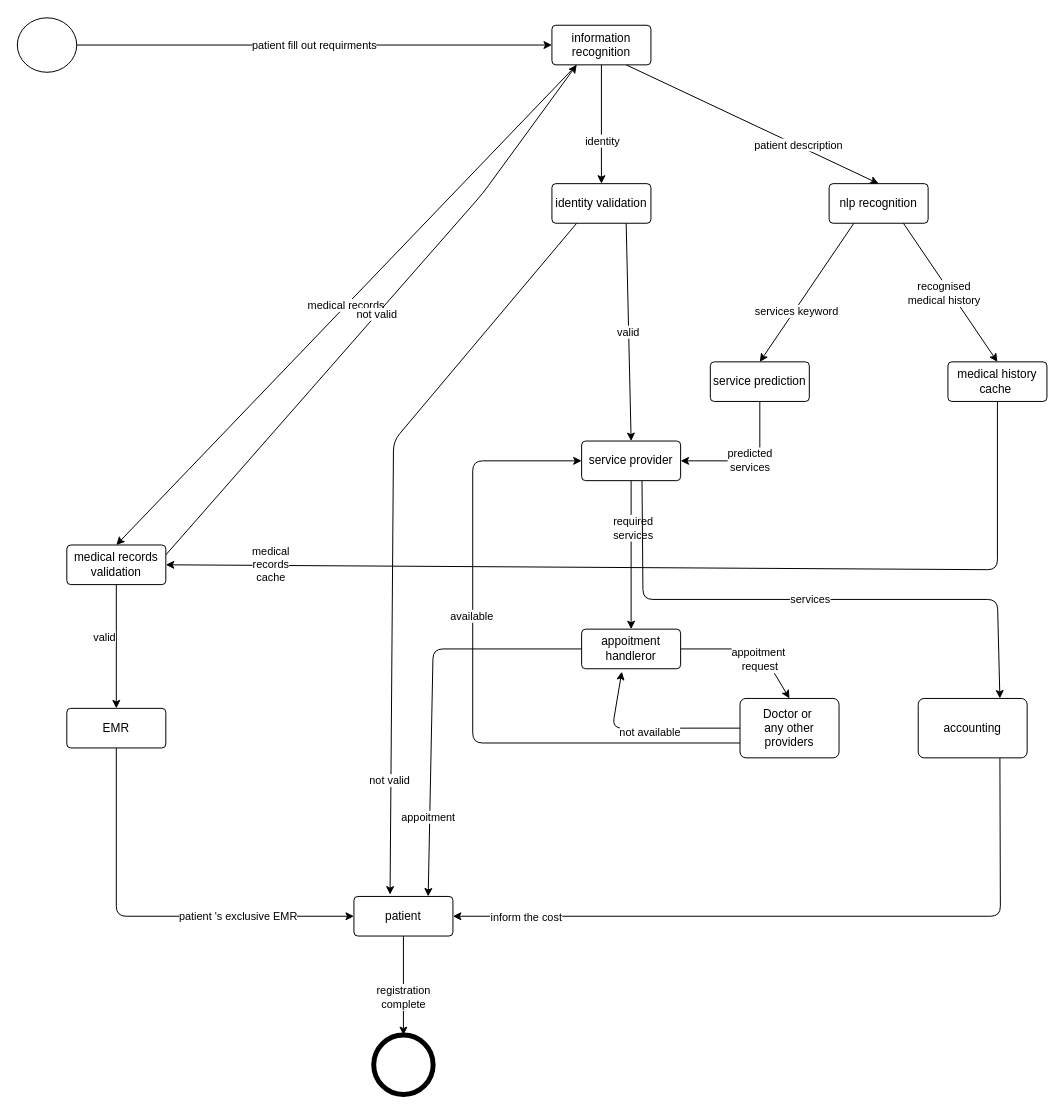
srssina/Healthcare_Database_system keeps this draw.io diagram as SD.drawio. Above is the earlier version. Source tidied: cells renumbered, new cells numbered last; positions are measured from the earlier drawing's top-left corner, leaving out a move shared by most shapes. Both pictures are drawn from the tidied source at 99%, with x=0, y=0 at pixel (17, 17).
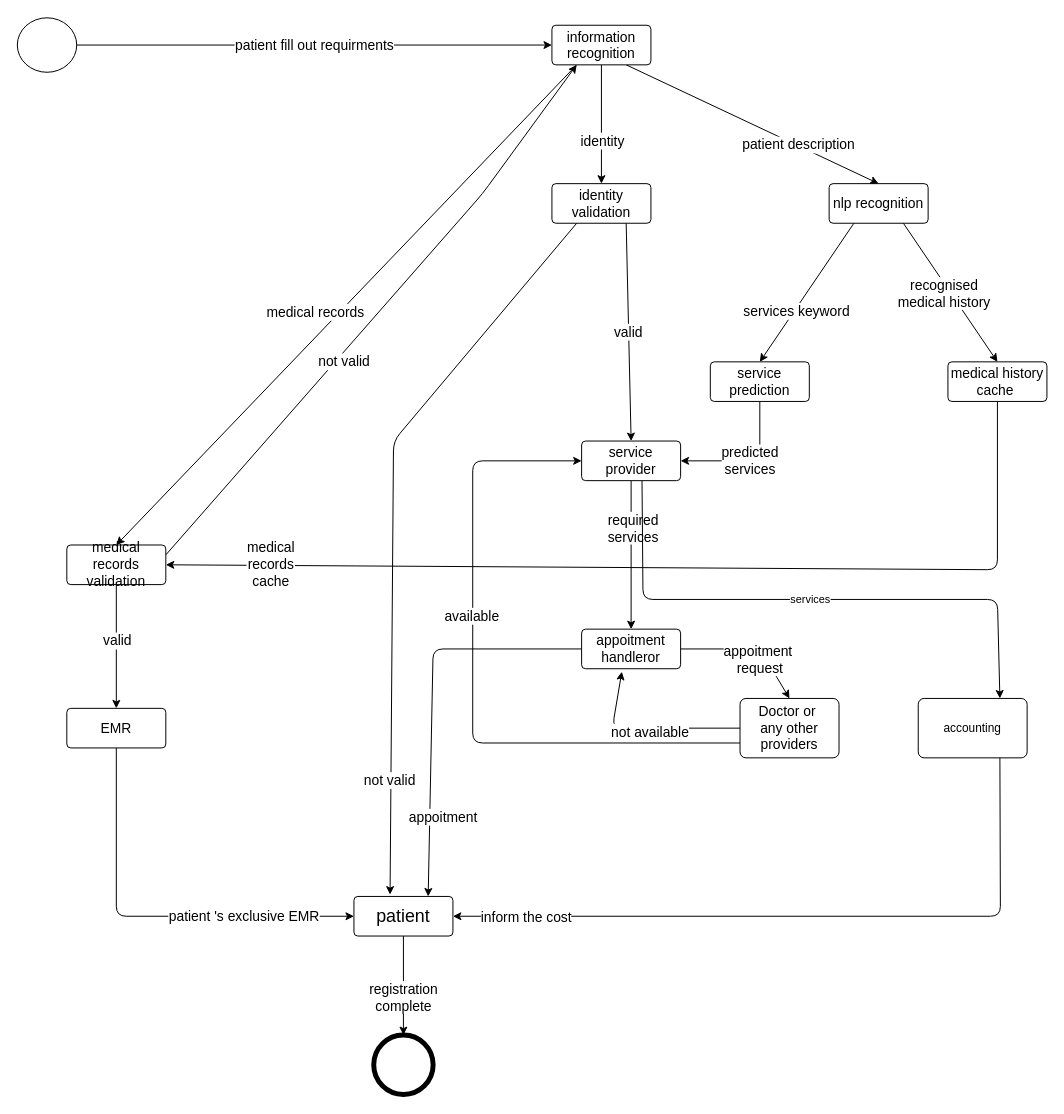
The same diagram, later.

The change refers to these unchanged cells:
```xml
<mxCell id="3" style="shape=ellipse;html=1;dashed=0;whitespace=wrap;perimeter=ellipsePerimeter;" parent="1" vertex="1">
  <mxGeometry y="0.5" width="60" height="55" as="geometry" />
</mxCell>
<mxCell id="5" style="edgeStyle=none;html=1;exitX=0.5;exitY=1;exitDx=0;exitDy=0;" parent="1" edge="1" source="8" target="17">
  <mxGeometry relative="1" as="geometry" />
</mxCell>
<mxCell id="9" style="edgeStyle=none;html=1;exitX=0.25;exitY=1;exitDx=0;exitDy=0;entryX=0.5;entryY=0;entryDx=0;entryDy=0;" parent="1" edge="1" source="13" target="30">
  <mxGeometry relative="1" as="geometry" />
</mxCell>
<mxCell id="11" style="edgeStyle=none;html=1;exitX=0.75;exitY=1;exitDx=0;exitDy=0;entryX=0.5;entryY=0;entryDx=0;entryDy=0;" parent="1" edge="1" source="13" target="33">
  <mxGeometry relative="1" as="geometry" />
</mxCell>
<mxCell id="15" style="edgeStyle=none;html=1;exitX=0.25;exitY=1;exitDx=0;exitDy=0;entryX=0.365;entryY=-0.048;entryDx=0;entryDy=0;entryPerimeter=0;" parent="1" edge="1" source="17" target="45">
  <mxGeometry relative="1" as="geometry">
    <Array as="points">
      <mxPoint x="380" y="428" />
    </Array>
  </mxGeometry>
</mxCell>
<mxCell id="18" style="edgeStyle=none;html=1;exitX=0.5;exitY=1;exitDx=0;exitDy=0;entryX=0.5;entryY=0;entryDx=0;entryDy=0;" parent="1" edge="1" source="21" target="23">
  <mxGeometry relative="1" as="geometry" />
</mxCell>
<mxCell id="25" style="edgeStyle=none;html=1;exitX=0.5;exitY=1;exitDx=0;exitDy=0;entryX=0.5;entryY=0;entryDx=0;entryDy=0;" parent="1" edge="1" source="28" target="37">
  <mxGeometry relative="1" as="geometry" />
</mxCell>
<mxCell id="31" style="edgeStyle=none;html=1;exitX=0.5;exitY=1;exitDx=0;exitDy=0;entryX=1;entryY=0.5;entryDx=0;entryDy=0;" parent="1" edge="1" source="33" target="21">
  <mxGeometry relative="1" as="geometry">
    <Array as="points">
      <mxPoint x="990" y="558" />
    </Array>
  </mxGeometry>
</mxCell>
<mxCell id="34" style="edgeStyle=none;html=1;exitX=1;exitY=0.5;exitDx=0;exitDy=0;entryX=0.5;entryY=0;entryDx=0;entryDy=0;" parent="1" edge="1" source="37" target="42">
  <mxGeometry relative="1" as="geometry">
    <Array as="points">
      <mxPoint x="750" y="638" />
    </Array>
  </mxGeometry>
</mxCell>
<mxCell id="38" style="edgeStyle=none;html=1;exitX=0;exitY=0.5;exitDx=0;exitDy=0;entryX=0.406;entryY=1.074;entryDx=0;entryDy=0;entryPerimeter=0;" parent="1" edge="1" source="42" target="37">
  <mxGeometry relative="1" as="geometry">
    <Array as="points">
      <mxPoint x="601" y="718" />
    </Array>
  </mxGeometry>
</mxCell>
<mxCell id="40" style="edgeStyle=none;html=1;exitX=0;exitY=0.75;exitDx=0;exitDy=0;entryX=0;entryY=0.5;entryDx=0;entryDy=0;" parent="1" edge="1" source="42" target="28">
  <mxGeometry relative="1" as="geometry">
    <Array as="points">
      <mxPoint x="460" y="733" />
      <mxPoint x="460" y="448" />
    </Array>
  </mxGeometry>
</mxCell>
<mxCell id="43" style="edgeStyle=none;html=1;exitX=0.5;exitY=1;exitDx=0;exitDy=0;entryX=0.5;entryY=0;entryDx=0;entryDy=0;" parent="1" edge="1" source="45" target="24">
  <mxGeometry relative="1" as="geometry" />
</mxCell>
<mxCell id="46" style="edgeStyle=none;html=1;exitX=0.75;exitY=1;exitDx=0;exitDy=0;entryX=1;entryY=0.5;entryDx=0;entryDy=0;" parent="1" edge="1" source="48" target="45">
  <mxGeometry relative="1" as="geometry">
    <Array as="points">
      <mxPoint x="993" y="908" />
    </Array>
  </mxGeometry>
</mxCell>
```

The edit, as a diff of the source:
```diff
@@
-    <mxCell id="2" value="patient fill out requirments" style="edgeStyle=none;html=1;exitX=1;exitY=0.5;exitDx=0;exitDy=0;entryX=0;entryY=0.5;entryDx=0;entryDy=0;" parent="1" edge="1" source="3" target="8">
+    <mxCell id="2" value="&lt;font style=&quot;font-size: 14px;&quot;&gt;patient fill out requirments&lt;/font&gt;" style="edgeStyle=none;html=1;exitX=1;exitY=0.5;exitDx=0;exitDy=0;entryX=0;entryY=0.5;entryDx=0;entryDy=0;" parent="1" edge="1" source="3" target="8">
       <mxGeometry relative="1" as="geometry" />
     </mxCell>
@@
-    <mxCell id="4" value="patient description" style="edgeStyle=none;html=1;exitX=0.75;exitY=1;exitDx=0;exitDy=0;entryX=0.5;entryY=0;entryDx=0;entryDy=0;" parent="1" edge="1" source="8" target="13">
+    <mxCell id="4" value="&lt;font style=&quot;font-size: 14px;&quot;&gt;patient description&lt;/font&gt;" style="edgeStyle=none;html=1;exitX=0.75;exitY=1;exitDx=0;exitDy=0;entryX=0.5;entryY=0;entryDx=0;entryDy=0;" parent="1" edge="1" source="8" target="13">
       <mxGeometry x="0.36" y="1" relative="1" as="geometry" />
     </mxCell>
@@
-    <mxCell id="6" value="identity" style="edgeLabel;html=1;align=center;verticalAlign=middle;" parent="5" vertex="1">
+    <mxCell id="6" value="&lt;font style=&quot;font-size: 14px;&quot;&gt;identity&lt;/font&gt;" style="edgeLabel;html=1;align=center;verticalAlign=middle;" parent="5" vertex="1">
       <mxGeometry x="0.26" relative="1" as="geometry" />
     </mxCell>
-    <mxCell id="7" value="medical records" style="edgeStyle=none;html=1;exitX=0.25;exitY=1;exitDx=0;exitDy=0;entryX=0.5;entryY=0;entryDx=0;entryDy=0;" parent="1" edge="1" source="8" target="21">
-      <mxGeometry relative="1" as="geometry" />
+    <mxCell id="7" value="&lt;font style=&quot;font-size: 14px;&quot;&gt;medical records&lt;/font&gt;" style="edgeStyle=none;html=1;exitX=0.25;exitY=1;exitDx=0;exitDy=0;entryX=0.5;entryY=0;entryDx=0;entryDy=0;" parent="1" edge="1" source="8" target="21">
+      <mxGeometry x="0.08" y="-18" relative="1" as="geometry" />
     </mxCell>
-    <mxCell id="8" value="information&lt;br&gt;recognition" style="rounded=1;arcSize=10;whiteSpace=wrap;html=1;align=center;" parent="1" vertex="1">
+    <mxCell id="8" value="&lt;font style=&quot;font-size: 14px;&quot;&gt;information&lt;br&gt;recognition&lt;/font&gt;" style="rounded=1;arcSize=10;whiteSpace=wrap;html=1;align=center;" parent="1" vertex="1">
       <mxGeometry x="540" y="8" width="100" height="40" as="geometry" />
     </mxCell>
@@
-    <mxCell id="10" value="services keyword" style="edgeLabel;html=1;align=center;verticalAlign=middle;" parent="9" vertex="1">
+    <mxCell id="10" value="&lt;font style=&quot;font-size: 14px;&quot;&gt;services keyword&lt;/font&gt;" style="edgeLabel;html=1;align=center;verticalAlign=middle;" parent="9" vertex="1">
       <mxGeometry x="0.25" y="1" relative="1" as="geometry" />
     </mxCell>
@@
-    <mxCell id="12" value="recognised&lt;br&gt;medical history" style="edgeLabel;html=1;align=center;verticalAlign=middle;" parent="11" vertex="1">
+    <mxCell id="12" value="&lt;font style=&quot;font-size: 14px;&quot;&gt;recognised&lt;br&gt;medical history&lt;/font&gt;" style="edgeLabel;html=1;align=center;verticalAlign=middle;" parent="11" vertex="1">
       <mxGeometry x="-0.22" y="1" relative="1" as="geometry">
         <mxPoint x="3" y="16" as="offset" />
       </mxGeometry>
     </mxCell>
-    <mxCell id="13" value="nlp recognition" style="rounded=1;arcSize=10;whiteSpace=wrap;html=1;align=center;" parent="1" vertex="1">
+    <mxCell id="13" value="&lt;font style=&quot;font-size: 14px;&quot;&gt;nlp recognition&lt;/font&gt;" style="rounded=1;arcSize=10;whiteSpace=wrap;html=1;align=center;" parent="1" vertex="1">
       <mxGeometry x="820" y="168" width="100" height="40" as="geometry" />
     </mxCell>
-    <mxCell id="14" value="valid" style="edgeStyle=none;html=1;exitX=0.75;exitY=1;exitDx=0;exitDy=0;entryX=0.5;entryY=0;entryDx=0;entryDy=0;" parent="1" edge="1" source="17" target="28">
+    <mxCell id="14" value="&lt;font style=&quot;font-size: 14px;&quot;&gt;valid&lt;/font&gt;" style="edgeStyle=none;html=1;exitX=0.75;exitY=1;exitDx=0;exitDy=0;entryX=0.5;entryY=0;entryDx=0;entryDy=0;" parent="1" edge="1" source="17" target="28">
       <mxGeometry relative="1" as="geometry" />
     </mxCell>
@@
-    <mxCell id="16" value="not valid" style="edgeLabel;html=1;align=center;verticalAlign=middle;" parent="15" vertex="1">
+    <mxCell id="16" value="&lt;font style=&quot;font-size: 14px;&quot;&gt;not valid&lt;/font&gt;" style="edgeLabel;html=1;align=center;verticalAlign=middle;" parent="15" vertex="1">
       <mxGeometry x="0.69" y="-2" relative="1" as="geometry" />
     </mxCell>
-    <mxCell id="17" value="identity validation" style="rounded=1;arcSize=10;whiteSpace=wrap;html=1;align=center;" parent="1" vertex="1">
+    <mxCell id="17" value="&lt;font style=&quot;font-size: 14px;&quot;&gt;identity validation&lt;/font&gt;" style="rounded=1;arcSize=10;whiteSpace=wrap;html=1;align=center;" parent="1" vertex="1">
       <mxGeometry x="540" y="168" width="100" height="40" as="geometry" />
     </mxCell>
@@
-    <mxCell id="19" value="valid" style="edgeLabel;html=1;align=center;verticalAlign=middle;" parent="18" vertex="1">
+    <mxCell id="19" value="&lt;font style=&quot;font-size: 14px;&quot;&gt;valid&lt;/font&gt;" style="edgeLabel;html=1;align=center;verticalAlign=middle;" parent="18" vertex="1">
       <mxGeometry x="0.37" y="-3" relative="1" as="geometry">
-        <mxPoint x="-10" y="-34" as="offset" />
+        <mxPoint x="3" y="-30" as="offset" />
       </mxGeometry>
     </mxCell>
-    <mxCell id="20" value="not valid" style="edgeStyle=none;html=1;exitX=1;exitY=0.25;exitDx=0;exitDy=0;entryX=0.25;entryY=1;entryDx=0;entryDy=0;" parent="1" edge="1" source="21" target="8">
-      <mxGeometry relative="1" as="geometry">
+    <mxCell id="20" value="&lt;font style=&quot;font-size: 14px;&quot;&gt;not valid&lt;/font&gt;" style="edgeStyle=none;html=1;exitX=1;exitY=0.25;exitDx=0;exitDy=0;entryX=0.25;entryY=1;entryDx=0;entryDy=0;" parent="1" edge="1" source="21" target="8">
+      <mxGeometry x="-0.18" y="-7" relative="1" as="geometry">
         <Array as="points">
           <mxPoint x="470" y="178" />
         </Array>
       </mxGeometry>
     </mxCell>
-    <mxCell id="21" value="medical records&lt;br&gt;validation" style="rounded=1;arcSize=10;whiteSpace=wrap;html=1;align=center;" parent="1" vertex="1">
+    <mxCell id="21" value="&lt;font style=&quot;font-size: 14px;&quot;&gt;medical records&lt;br&gt;validation&lt;/font&gt;" style="rounded=1;arcSize=10;whiteSpace=wrap;html=1;align=center;" parent="1" vertex="1">
       <mxGeometry x="50" y="533" width="100" height="40" as="geometry" />
     </mxCell>
-    <mxCell id="22" value="patient 's exclusive EMR" style="edgeStyle=none;html=1;exitX=0.5;exitY=1;exitDx=0;exitDy=0;entryX=0;entryY=0.5;entryDx=0;entryDy=0;" parent="1" edge="1" source="23" target="45">
-      <mxGeometry x="0.43" relative="1" as="geometry">
+    <mxCell id="22" value="&lt;font style=&quot;font-size: 14px;&quot;&gt;patient 's exclusive EMR&lt;/font&gt;" style="edgeStyle=none;html=1;exitX=0.5;exitY=1;exitDx=0;exitDy=0;entryX=0;entryY=0.5;entryDx=0;entryDy=0;" parent="1" edge="1" source="23" target="45">
+      <mxGeometry x="0.46" relative="1" as="geometry">
         <Array as="points">
           <mxPoint x="100" y="908" />
         </Array>
       </mxGeometry>
     </mxCell>
-    <mxCell id="23" value="EMR" style="rounded=1;arcSize=10;whiteSpace=wrap;html=1;align=center;" parent="1" vertex="1">
+    <mxCell id="23" value="&lt;font style=&quot;font-size: 14px;&quot;&gt;EMR&lt;/font&gt;" style="rounded=1;arcSize=10;whiteSpace=wrap;html=1;align=center;" parent="1" vertex="1">
       <mxGeometry x="50" y="698" width="100" height="40" as="geometry" />
     </mxCell>
@@
-    <mxCell id="26" value="required&lt;br&gt;services" style="edgeLabel;html=1;align=center;verticalAlign=middle;" parent="25" vertex="1">
+    <mxCell id="26" value="&lt;font style=&quot;font-size: 14px;&quot;&gt;required&lt;br&gt;services&lt;/font&gt;" style="edgeLabel;html=1;align=center;verticalAlign=middle;" parent="25" vertex="1">
       <mxGeometry x="-0.37" y="1" relative="1" as="geometry" />
     </mxCell>
@@
-    <mxCell id="28" value="service provider" style="rounded=1;arcSize=10;whiteSpace=wrap;html=1;align=center;" parent="1" vertex="1">
+    <mxCell id="28" value="&lt;font style=&quot;font-size: 14px;&quot;&gt;service provider&lt;/font&gt;" style="rounded=1;arcSize=10;whiteSpace=wrap;html=1;align=center;" parent="1" vertex="1">
       <mxGeometry x="570" y="428" width="100" height="40" as="geometry" />
     </mxCell>
-    <mxCell id="29" value="predicted&lt;br&gt;services" style="edgeStyle=none;html=1;exitX=0.5;exitY=1;exitDx=0;exitDy=0;entryX=1;entryY=0.5;entryDx=0;entryDy=0;" parent="1" edge="1" source="30" target="28">
+    <mxCell id="29" value="&lt;font style=&quot;font-size: 14px;&quot;&gt;predicted&lt;br&gt;services&lt;/font&gt;" style="edgeStyle=none;html=1;exitX=0.5;exitY=1;exitDx=0;exitDy=0;entryX=1;entryY=0.5;entryDx=0;entryDy=0;" parent="1" edge="1" source="30" target="28">
       <mxGeometry relative="1" as="geometry">
         <Array as="points">
           <mxPoint x="750" y="448" />
         </Array>
       </mxGeometry>
     </mxCell>
-    <mxCell id="30" value="service prediction" style="rounded=1;arcSize=10;whiteSpace=wrap;html=1;align=center;" parent="1" vertex="1">
+    <mxCell id="30" value="&lt;font style=&quot;font-size: 14px;&quot;&gt;service prediction&lt;/font&gt;" style="rounded=1;arcSize=10;whiteSpace=wrap;html=1;align=center;" parent="1" vertex="1">
       <mxGeometry x="700" y="348" width="100" height="40" as="geometry" />
     </mxCell>
@@
-    <mxCell id="32" value="medical&lt;br&gt;records&lt;br&gt;cache" style="edgeLabel;html=1;align=center;verticalAlign=middle;" parent="31" vertex="1">
+    <mxCell id="32" value="&lt;font style=&quot;font-size: 14px;&quot;&gt;medical&lt;br&gt;records&lt;br&gt;cache&lt;/font&gt;" style="edgeLabel;html=1;align=center;verticalAlign=middle;" parent="31" vertex="1">
       <mxGeometry x="0.76" y="-3" relative="1" as="geometry">
         <mxPoint x="-16" y="2" as="offset" />
       </mxGeometry>
     </mxCell>
-    <mxCell id="33" value="medical history&lt;br&gt;cache&amp;nbsp;" style="rounded=1;arcSize=10;whiteSpace=wrap;html=1;align=center;" parent="1" vertex="1">
+    <mxCell id="33" value="&lt;font style=&quot;font-size: 14px;&quot;&gt;medical history&lt;br&gt;cache&amp;nbsp;&lt;/font&gt;" style="rounded=1;arcSize=10;whiteSpace=wrap;html=1;align=center;" parent="1" vertex="1">
       <mxGeometry x="940" y="348" width="100" height="40" as="geometry" />
     </mxCell>
@@
-    <mxCell id="35" value="appoitment&amp;nbsp;&lt;br&gt;request" style="edgeLabel;html=1;align=center;verticalAlign=middle;" parent="34" vertex="1">
+    <mxCell id="35" value="&lt;font style=&quot;font-size: 14px;&quot;&gt;appoitment&amp;nbsp;&lt;br&gt;request&lt;/font&gt;" style="edgeLabel;html=1;align=center;verticalAlign=middle;" parent="34" vertex="1">
       <mxGeometry x="-0.02" relative="1" as="geometry">
         <mxPoint x="11" y="10" as="offset" />
       </mxGeometry>
     </mxCell>
-    <mxCell id="36" value="appoitment" style="edgeStyle=none;html=1;exitX=0;exitY=0.5;exitDx=0;exitDy=0;entryX=0.75;entryY=0;entryDx=0;entryDy=0;" parent="1" edge="1" source="37" target="45">
-      <mxGeometry x="0.6" y="-2" relative="1" as="geometry">
+    <mxCell id="36" value="&lt;font style=&quot;font-size: 14px;&quot;&gt;appoitment&lt;/font&gt;" style="edgeStyle=none;html=1;exitX=0;exitY=0.5;exitDx=0;exitDy=0;entryX=0.75;entryY=0;entryDx=0;entryDy=0;" parent="1" edge="1" source="37" target="45">
+      <mxGeometry x="0.6" y="13" relative="1" as="geometry">
         <Array as="points">
           <mxPoint x="420" y="638" />
         </Array>
       </mxGeometry>
     </mxCell>
-    <mxCell id="37" value="appoitment&lt;br&gt;handleror" style="rounded=1;arcSize=10;whiteSpace=wrap;html=1;align=center;" parent="1" vertex="1">
+    <mxCell id="37" value="&lt;font style=&quot;font-size: 14px;&quot;&gt;appoitment&lt;br&gt;handleror&lt;/font&gt;" style="rounded=1;arcSize=10;whiteSpace=wrap;html=1;align=center;" parent="1" vertex="1">
       <mxGeometry x="570" y="618" width="100" height="40" as="geometry" />
     </mxCell>
@@
-    <mxCell id="39" value="not available" style="edgeLabel;html=1;align=center;verticalAlign=middle;" parent="38" vertex="1">
+    <mxCell id="39" value="&lt;font style=&quot;font-size: 14px;&quot;&gt;not available&lt;/font&gt;" style="edgeLabel;html=1;align=center;verticalAlign=middle;" parent="38" vertex="1">
       <mxGeometry x="-0.02" y="3" relative="1" as="geometry" />
     </mxCell>
@@
-    <mxCell id="41" value="available" style="edgeLabel;html=1;align=center;verticalAlign=middle;" parent="40" vertex="1">
+    <mxCell id="41" value="&lt;font style=&quot;font-size: 14px;&quot;&gt;available&lt;/font&gt;" style="edgeLabel;html=1;align=center;verticalAlign=middle;" parent="40" vertex="1">
       <mxGeometry x="0.14" y="2" relative="1" as="geometry">
         <mxPoint y="-20" as="offset" />
       </mxGeometry>
     </mxCell>
-    <mxCell id="42" value="Doctor or&amp;nbsp;&lt;br&gt;any other providers" style="rounded=1;arcSize=10;whiteSpace=wrap;html=1;align=center;" parent="1" vertex="1">
+    <mxCell id="42" value="&lt;font style=&quot;font-size: 14px;&quot;&gt;Doctor or&amp;nbsp;&lt;br&gt;any other providers&lt;/font&gt;" style="rounded=1;arcSize=10;whiteSpace=wrap;html=1;align=center;" parent="1" vertex="1">
       <mxGeometry x="730" y="688" width="100" height="60" as="geometry" />
     </mxCell>
@@
-    <mxCell id="44" value="registration&lt;br&gt;complete" style="edgeLabel;html=1;align=center;verticalAlign=middle;" parent="43" vertex="1">
+    <mxCell id="44" value="&lt;font style=&quot;font-size: 14px;&quot;&gt;registration&lt;br&gt;complete&lt;/font&gt;" style="edgeLabel;html=1;align=center;verticalAlign=middle;" parent="43" vertex="1">
       <mxGeometry x="0.22" y="-1" relative="1" as="geometry" />
     </mxCell>
-    <mxCell id="45" value="patient" style="rounded=1;arcSize=10;whiteSpace=wrap;html=1;align=center;" parent="1" vertex="1">
+    <mxCell id="45" value="&lt;font style=&quot;font-size: 18px;&quot;&gt;patient&lt;/font&gt;" style="rounded=1;arcSize=10;whiteSpace=wrap;html=1;align=center;" parent="1" vertex="1">
       <mxGeometry x="340" y="888" width="100" height="40" as="geometry" />
     </mxCell>
@@
-    <mxCell id="47" value="inform the cost" style="edgeLabel;html=1;align=center;verticalAlign=middle;" parent="46" vertex="1">
+    <mxCell id="47" value="&lt;font style=&quot;font-size: 14px;&quot;&gt;inform the cost&lt;/font&gt;" style="edgeLabel;html=1;align=center;verticalAlign=middle;" parent="46" vertex="1">
       <mxGeometry x="0.15" y="-3" relative="1" as="geometry">
         <mxPoint x="-230" y="3" as="offset" />
       </mxGeometry>
     </mxCell>
```
